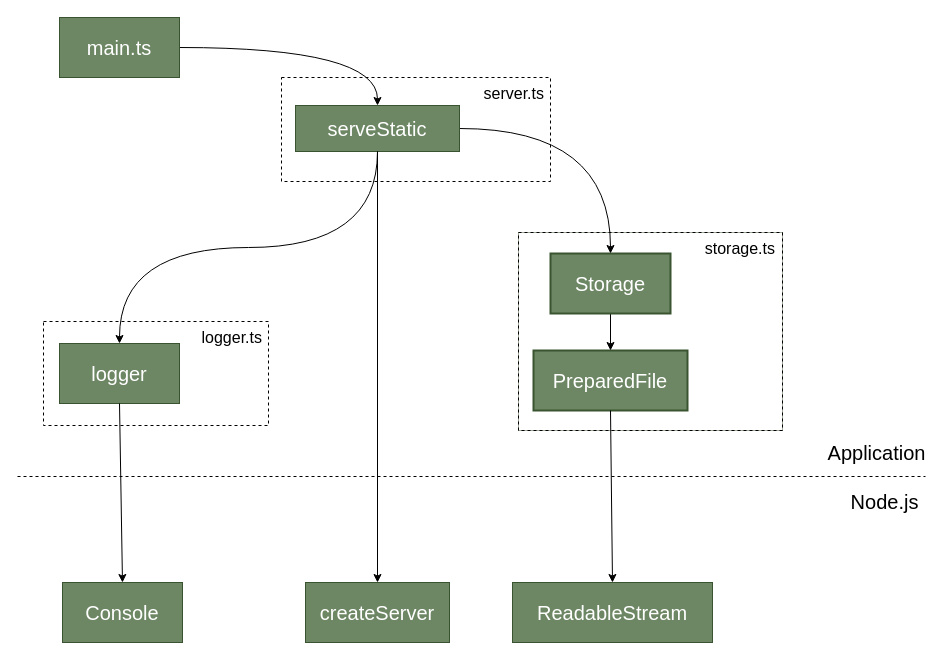
yialo/learn-smth keeps this draw.io diagram as metarhia/solid/dip/1_no-di/diagram.drawio. Above is the earlier version. Source tidied: cells renumbered, new cells numbered last; positions are measured from the earlier drawing's top-left corner, leaving out a move shared by most shapes. Both pictures are drawn from the tidied source at 100%, with x=0, y=0 at pixel (17, 17).
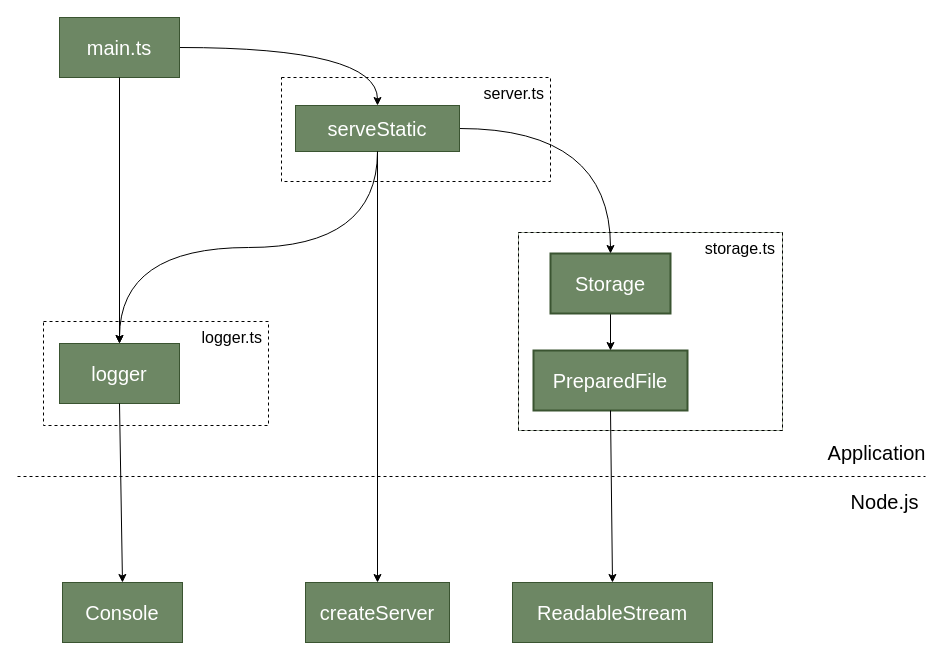
After the change.

The change refers to these unchanged cells:
```xml
<mxCell id="13" value="main.ts" style="rounded=0;whiteSpace=wrap;html=1;fillColor=#6d8764;fontColor=#ffffff;strokeColor=#3A5431;align=center;verticalAlign=middle;fontFamily=Helvetica;fontSize=20;gradientColor=none;" parent="1" vertex="1">
  <mxGeometry x="42" width="120" height="60" as="geometry" />
</mxCell>
<mxCell id="17" value="&lt;font style=&quot;font-size: 20px;&quot;&gt;logger&lt;/font&gt;" style="whiteSpace=wrap;html=1;fillColor=#6d8764;strokeColor=#3A5431;fontColor=#ffffff;rounded=0;align=center;verticalAlign=middle;fontFamily=Helvetica;fontSize=12;gradientColor=none;" parent="15" vertex="1">
  <mxGeometry x="16" y="22" width="120" height="60" as="geometry" />
</mxCell>
```

What changed in the source:
```diff
@@
+    <mxCell id="28" style="endArrow=classic;html=1;rounded=0;exitX=0.5;exitY=1;exitDx=0;exitDy=0;entryX=0.5;entryY=0;entryDx=0;entryDy=0;" parent="1" edge="1" source="13" target="17">
+      <mxGeometry relative="1" as="geometry" />
+    </mxCell>
```
